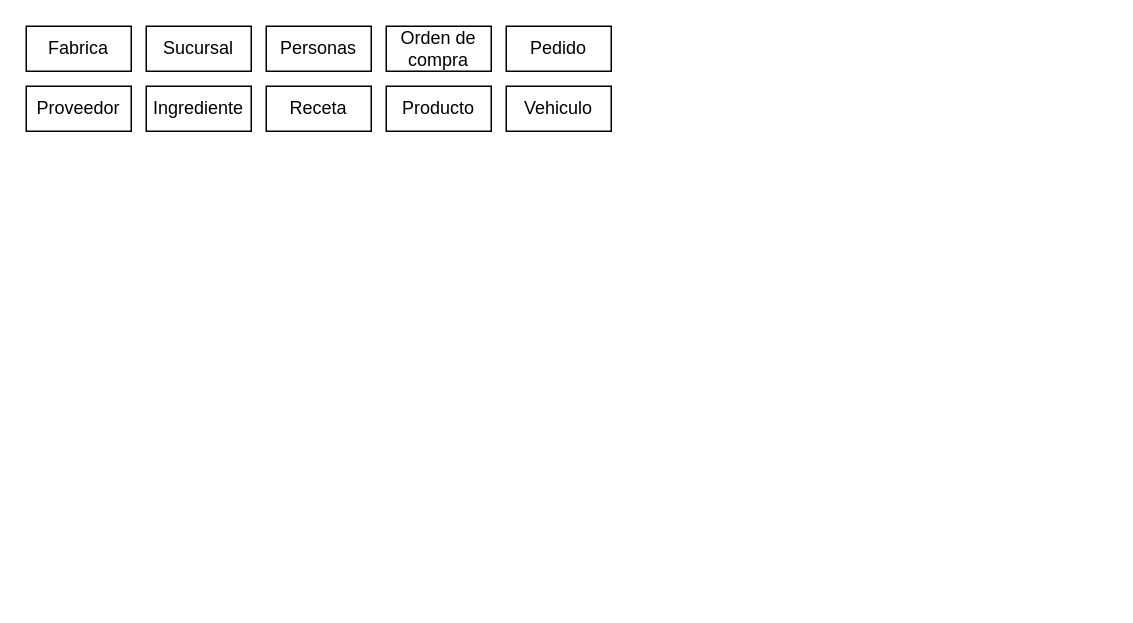
Before: NUEVO PROYECTO BASE DE DATOS/Modelo 7 pasos(Con MERE).drawio in bennnnja/BASE_DE_DATOS, a draw.io diagram. Source tidied: cells renumbered, new cells numbered last; positions are measured from the earlier drawing's top-left corner, leaving out a move shared by most shapes. Both pictures are drawn from the tidied source at 150%, with x=0, y=0 at pixel (26, 26).
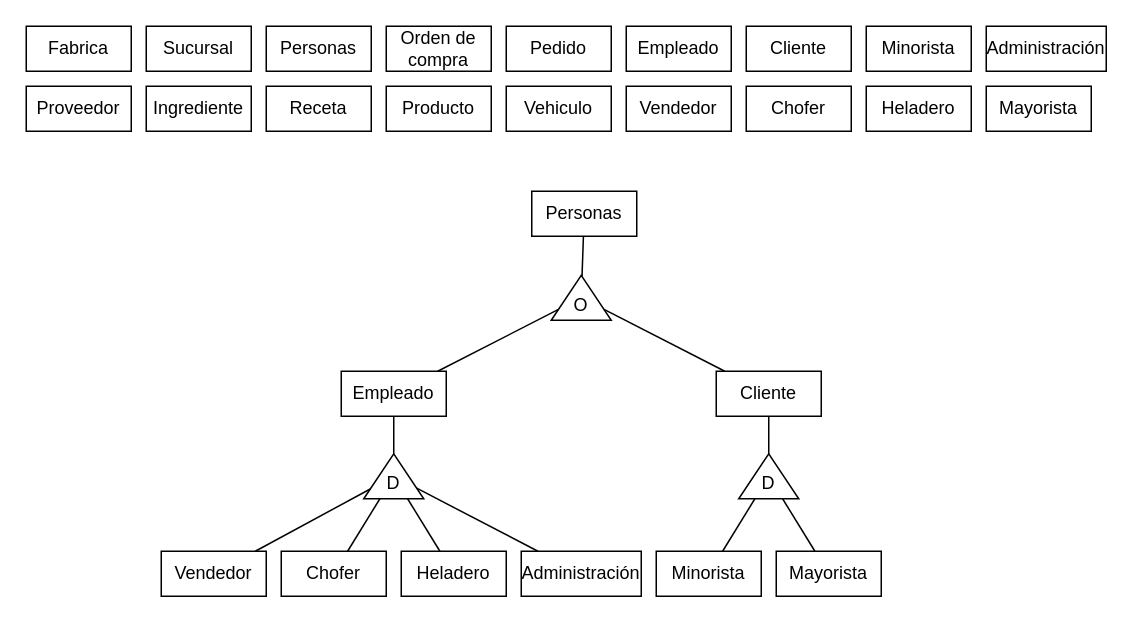
After the change.

Diff of the diagram source:
```diff
@@
+    <mxCell id="12" value="Empleado" style="whiteSpace=wrap;html=1;align=center;" parent="1" vertex="1">
+      <mxGeometry x="400" width="70" height="30" as="geometry" />
+    </mxCell>
+    <mxCell id="13" value="Cliente" style="whiteSpace=wrap;html=1;align=center;" parent="1" vertex="1">
+      <mxGeometry x="480" width="70" height="30" as="geometry" />
+    </mxCell>
+    <mxCell id="14" value="Vendedor" style="whiteSpace=wrap;html=1;align=center;" parent="1" vertex="1">
+      <mxGeometry x="400" y="40" width="70" height="30" as="geometry" />
+    </mxCell>
+    <mxCell id="15" value="Chofer" style="whiteSpace=wrap;html=1;align=center;" parent="1" vertex="1">
+      <mxGeometry x="480" y="40" width="70" height="30" as="geometry" />
+    </mxCell>
+    <mxCell id="16" value="Administración" style="whiteSpace=wrap;html=1;align=center;" parent="1" vertex="1">
+      <mxGeometry x="640" width="80" height="30" as="geometry" />
+    </mxCell>
+    <mxCell id="17" value="Minorista" style="whiteSpace=wrap;html=1;align=center;" parent="1" vertex="1">
+      <mxGeometry x="560" width="70" height="30" as="geometry" />
+    </mxCell>
+    <mxCell id="18" value="Heladero" style="whiteSpace=wrap;html=1;align=center;" parent="1" vertex="1">
+      <mxGeometry x="560" y="40" width="70" height="30" as="geometry" />
+    </mxCell>
+    <mxCell id="19" value="Mayorista" style="whiteSpace=wrap;html=1;align=center;" parent="1" vertex="1">
+      <mxGeometry x="640" y="40" width="70" height="30" as="geometry" />
+    </mxCell>
+    <mxCell id="20" value="Personas" style="whiteSpace=wrap;html=1;align=center;" parent="1" vertex="1">
+      <mxGeometry x="337" y="110" width="70" height="30" as="geometry" />
+    </mxCell>
+    <mxCell id="21" value="Empleado" style="whiteSpace=wrap;html=1;align=center;" parent="1" vertex="1">
+      <mxGeometry x="210" y="230" width="70" height="30" as="geometry" />
+    </mxCell>
+    <mxCell id="22" value="Cliente" style="whiteSpace=wrap;html=1;align=center;" parent="1" vertex="1">
+      <mxGeometry x="460" y="230" width="70" height="30" as="geometry" />
+    </mxCell>
+    <mxCell id="23" value="Vendedor" style="whiteSpace=wrap;html=1;align=center;" parent="1" vertex="1">
+      <mxGeometry x="90" y="350" width="70" height="30" as="geometry" />
+    </mxCell>
+    <mxCell id="24" value="Chofer" style="whiteSpace=wrap;html=1;align=center;" parent="1" vertex="1">
+      <mxGeometry x="170" y="350" width="70" height="30" as="geometry" />
+    </mxCell>
+    <mxCell id="25" value="Heladero" style="whiteSpace=wrap;html=1;align=center;" parent="1" vertex="1">
+      <mxGeometry x="250" y="350" width="70" height="30" as="geometry" />
+    </mxCell>
+    <mxCell id="26" value="Administración" style="whiteSpace=wrap;html=1;align=center;" parent="1" vertex="1">
+      <mxGeometry x="330" y="350" width="80" height="30" as="geometry" />
+    </mxCell>
+    <mxCell id="27" value="Minorista" style="whiteSpace=wrap;html=1;align=center;" parent="1" vertex="1">
+      <mxGeometry x="420" y="350" width="70" height="30" as="geometry" />
+    </mxCell>
+    <mxCell id="28" value="Mayorista" style="whiteSpace=wrap;html=1;align=center;" parent="1" vertex="1">
+      <mxGeometry x="500" y="350" width="70" height="30" as="geometry" />
+    </mxCell>
+    <mxCell id="29" style="triangle;whiteSpace=wrap;html=1;rotation=-90;" parent="1" vertex="1">
+      <mxGeometry x="355" y="161" width="30" height="40" as="geometry" />
+    </mxCell>
+    <mxCell id="30" style="endArrow=none;html=1;rounded=0;" parent="1" edge="1" source="21" target="29">
+      <mxGeometry relative="1" as="geometry" />
+    </mxCell>
+    <mxCell id="31" style="endArrow=none;html=1;rounded=0;" parent="1" edge="1" source="22" target="29">
+      <mxGeometry relative="1" as="geometry" />
+    </mxCell>
+    <mxCell id="32" style="endArrow=none;html=1;rounded=0;" parent="1" edge="1" source="20" target="29">
+      <mxGeometry relative="1" as="geometry" />
+    </mxCell>
+    <mxCell id="33" style="triangle;whiteSpace=wrap;html=1;rotation=-90;" parent="1" vertex="1">
+      <mxGeometry x="480" y="280" width="30" height="40" as="geometry" />
+    </mxCell>
+    <mxCell id="34" style="triangle;whiteSpace=wrap;html=1;rotation=-90;" parent="1" vertex="1">
+      <mxGeometry x="230" y="280" width="30" height="40" as="geometry" />
+    </mxCell>
+    <mxCell id="35" value="D" style="text;html=1;strokeColor=none;fillColor=none;align=center;verticalAlign=middle;whiteSpace=wrap;rounded=0;" parent="1" vertex="1">
+      <mxGeometry x="485" y="295" width="20" height="20" as="geometry" />
+    </mxCell>
+    <mxCell id="36" value="O" style="text;html=1;strokeColor=none;fillColor=none;align=center;verticalAlign=middle;whiteSpace=wrap;rounded=0;" parent="1" vertex="1">
+      <mxGeometry x="360" y="176" width="20" height="20" as="geometry" />
+    </mxCell>
+    <mxCell id="37" style="endArrow=none;html=1;rounded=0;" parent="1" edge="1" source="21" target="34">
+      <mxGeometry relative="1" as="geometry" />
+    </mxCell>
+    <mxCell id="38" style="endArrow=none;html=1;rounded=0;" parent="1" edge="1" source="23" target="34">
+      <mxGeometry relative="1" as="geometry" />
+    </mxCell>
+    <mxCell id="39" style="endArrow=none;html=1;rounded=0;" parent="1" edge="1" source="34" target="24">
+      <mxGeometry relative="1" as="geometry" />
+    </mxCell>
+    <mxCell id="40" style="endArrow=none;html=1;rounded=0;" parent="1" edge="1" source="34" target="25">
+      <mxGeometry relative="1" as="geometry" />
+    </mxCell>
+    <mxCell id="41" style="endArrow=none;html=1;rounded=0;" parent="1" edge="1" source="34" target="26">
+      <mxGeometry relative="1" as="geometry" />
+    </mxCell>
+    <mxCell id="42" style="endArrow=none;html=1;rounded=0;" parent="1" edge="1" source="33" target="27">
+      <mxGeometry relative="1" as="geometry" />
+    </mxCell>
+    <mxCell id="43" style="endArrow=none;html=1;rounded=0;" parent="1" edge="1" source="28" target="33">
+      <mxGeometry relative="1" as="geometry" />
+    </mxCell>
+    <mxCell id="44" style="endArrow=none;html=1;rounded=0;" parent="1" edge="1" source="22" target="33">
+      <mxGeometry relative="1" as="geometry" />
+    </mxCell>
+    <mxCell id="45" value="D" style="text;html=1;strokeColor=none;fillColor=none;align=center;verticalAlign=middle;whiteSpace=wrap;rounded=0;" parent="1" vertex="1">
+      <mxGeometry x="235" y="295" width="20" height="20" as="geometry" />
+    </mxCell>
```
